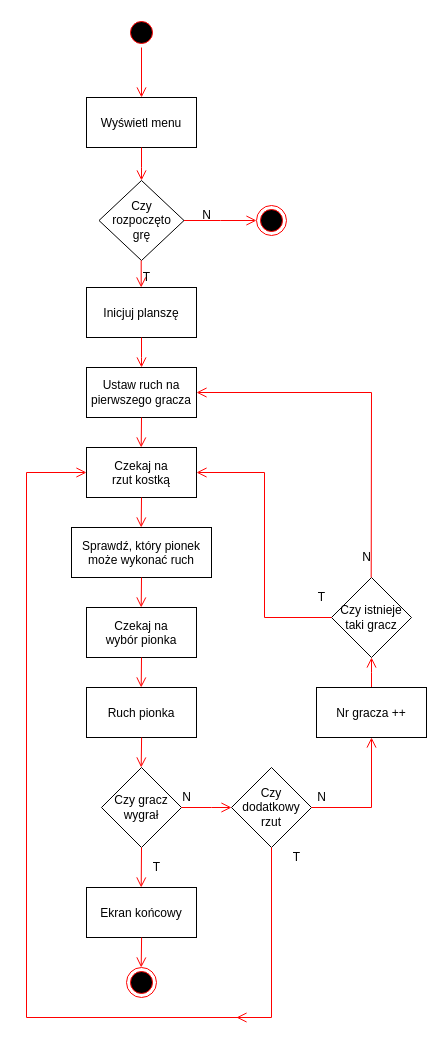
Maja06063/Chinczyk keeps this draw.io diagram as Dokumentacja_wstępna/DiagramAktywnosci.drawio. Above is the earlier version. Source tidied: cells renumbered, new cells numbered last; positions are measured from the earlier drawing's top-left corner, leaving out a move shared by most shapes. Both pictures are drawn from the tidied source at 100%, with x=0, y=0 at pixel (16, 17).
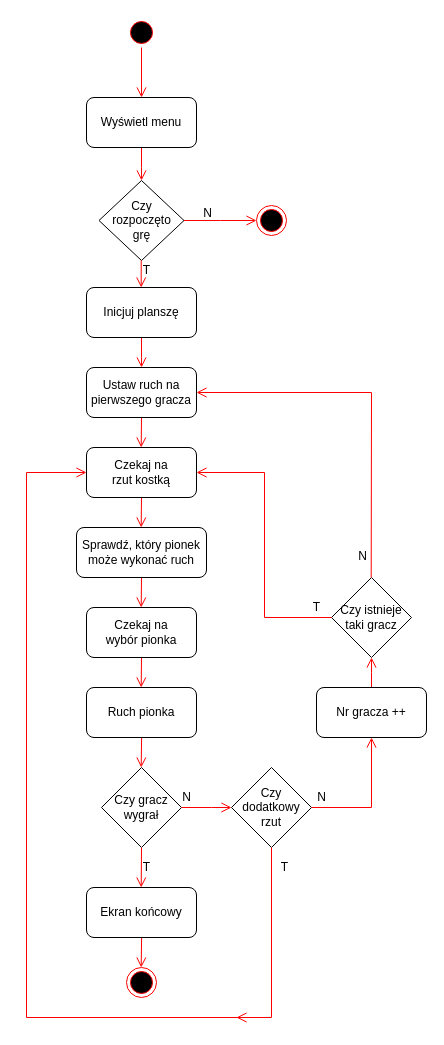
Above is the later version.

Commit message (it also covers changes not shown here):
Diagram aktywności poprawiony

Unchanged cells that the change refers to:
```xml
<mxCell id="2" style="ellipse;shape=startState;fillColor=#000000;strokeColor=#ff0000;" parent="1" vertex="1">
  <mxGeometry x="110" width="30" height="30" as="geometry" />
</mxCell>
<mxCell id="7" value="&lt;div&gt;Czy&lt;/div&gt;&lt;div&gt;rozpoczęto&lt;/div&gt;&lt;div&gt;grę&lt;/div&gt;" style="rhombus;whiteSpace=wrap;html=1;" parent="1" vertex="1">
  <mxGeometry x="82.5" y="163" width="85" height="80" as="geometry" />
</mxCell>
<mxCell id="24" value="&lt;div&gt;Czy gracz&lt;/div&gt;&lt;div&gt;wygrał&lt;br&gt;&lt;/div&gt;" style="rhombus;whiteSpace=wrap;html=1;" parent="1" vertex="1">
  <mxGeometry x="85" y="750" width="80" height="80" as="geometry" />
</mxCell>
<mxCell id="31" value="&lt;div&gt;Czy istnieje&lt;/div&gt;&lt;div&gt;taki gracz&lt;br&gt;&lt;/div&gt;" style="rhombus;whiteSpace=wrap;html=1;" parent="1" vertex="1">
  <mxGeometry x="315" y="560" width="80" height="80" as="geometry" />
</mxCell>
<mxCell id="36" value="&lt;div&gt;Czy dodatkowy&lt;/div&gt;&lt;div&gt;rzut&lt;br&gt;&lt;/div&gt;" style="rhombus;whiteSpace=wrap;html=1;" parent="1" vertex="1">
  <mxGeometry x="215" y="750" width="80" height="80" as="geometry" />
</mxCell>
```

The edit, as a diff of the source:
```diff
@@
-    <mxCell id="3" value="Wyświetl menu" parent="1" vertex="1">
-      <mxGeometry x="70" y="80" width="110" height="50" as="geometry" />
-    </mxCell>
-    <mxCell id="4" style="edgeStyle=elbowEdgeStyle;elbow=horizontal;verticalAlign=bottom;endArrow=open;endSize=8;strokeColor=#FF0000;endFill=1;rounded=0;exitX=0.5;exitY=0;exitDx=0;exitDy=0;entryX=0.5;entryY=1;entryDx=0;entryDy=0;" parent="1" edge="1" source="30" target="31">
-      <mxGeometry x="530.5" y="462" as="geometry" />
+    <mxCell id="4" style="edgeStyle=elbowEdgeStyle;elbow=horizontal;verticalAlign=bottom;endArrow=open;endSize=8;strokeColor=#FF0000;endFill=1;rounded=0;exitX=0.5;exitY=0;exitDx=0;exitDy=0;entryX=0.5;entryY=1;entryDx=0;entryDy=0;" parent="1" edge="1" target="31">
+      <mxGeometry x="530.5" y="462" as="geometry">
+        <mxPoint x="355" y="670" as="sourcePoint" />
+      </mxGeometry>
     </mxCell>
-    <mxCell id="5" style="edgeStyle=elbowEdgeStyle;elbow=horizontal;verticalAlign=bottom;endArrow=open;endSize=8;strokeColor=#FF0000;endFill=1;rounded=0;entryX=0.5;entryY=0;entryDx=0;entryDy=0;" parent="1" edge="1" source="2" target="3">
+    <mxCell id="5" style="edgeStyle=elbowEdgeStyle;elbow=horizontal;verticalAlign=bottom;endArrow=open;endSize=8;strokeColor=#FF0000;endFill=1;rounded=0;entryX=0.5;entryY=0;entryDx=0;entryDy=0;" parent="1" edge="1" source="2">
       <mxGeometry x="205.2" y="-118" as="geometry">
+        <mxPoint x="125" y="80" as="targetPoint" />
         <Array as="points">
           <mxPoint x="125" y="80" />
         </Array>
       </mxGeometry>
     </mxCell>
-    <mxCell id="6" value="Inicjuj planszę" parent="1" vertex="1">
-      <mxGeometry x="70" y="270" width="110" height="50" as="geometry" />
-    </mxCell>
@@
-    <mxCell id="8" style="edgeStyle=elbowEdgeStyle;elbow=horizontal;verticalAlign=bottom;endArrow=open;endSize=8;strokeColor=#FF0000;endFill=1;rounded=0;exitX=0.5;exitY=1;exitDx=0;exitDy=0;entryX=0.5;entryY=0;entryDx=0;entryDy=0;" parent="1" edge="1" source="3" target="7">
+    <mxCell id="8" style="edgeStyle=elbowEdgeStyle;elbow=horizontal;verticalAlign=bottom;endArrow=open;endSize=8;strokeColor=#FF0000;endFill=1;rounded=0;exitX=0.5;exitY=1;exitDx=0;exitDy=0;entryX=0.5;entryY=0;entryDx=0;entryDy=0;" parent="1" edge="1" target="7">
       <mxGeometry x="300.2" y="2" as="geometry">
+        <mxPoint x="125" y="130" as="sourcePoint" />
         <Array as="points">
           <mxPoint x="125" y="150" />
         </Array>
       </mxGeometry>
     </mxCell>
-    <mxCell id="9" style="edgeStyle=elbowEdgeStyle;elbow=horizontal;verticalAlign=bottom;endArrow=open;endSize=8;strokeColor=#FF0000;endFill=1;rounded=0;exitX=0.5;exitY=1;exitDx=0;exitDy=0;entryX=0.5;entryY=0;entryDx=0;entryDy=0;" parent="1" edge="1" target="6">
+    <mxCell id="9" style="edgeStyle=elbowEdgeStyle;elbow=horizontal;verticalAlign=bottom;endArrow=open;endSize=8;strokeColor=#FF0000;endFill=1;rounded=0;exitX=0.5;exitY=1;exitDx=0;exitDy=0;entryX=0.5;entryY=0;entryDx=0;entryDy=0;" parent="1" edge="1">
       <mxGeometry x="299.8" y="115" as="geometry">
         <mxPoint x="124.7" y="243" as="sourcePoint" />
+        <mxPoint x="125" y="270" as="targetPoint" />
         <Array as="points">
           <mxPoint x="124.7" y="263" />
         </Array>
       </mxGeometry>
     </mxCell>
     <mxCell id="10" value="T" style="text;html=1;align=center;verticalAlign=middle;strokeColor=none;" parent="1" vertex="1">
-      <mxGeometry x="120" y="250" width="20" height="20" as="geometry" />
+      <mxGeometry x="120" y="243" width="20" height="20" as="geometry" />
     </mxCell>
     <mxCell id="11" value="N" style="text;html=1;align=center;verticalAlign=middle;strokeColor=none;" parent="1" vertex="1">
-      <mxGeometry x="180" y="188" width="20" height="20" as="geometry" />
+      <mxGeometry x="181" y="186" width="20" height="20" as="geometry" />
     </mxCell>
@@
-    <mxCell id="14" value="Czekaj na&#10;rzut kostką" parent="1" vertex="1">
-      <mxGeometry x="70" y="430" width="110" height="50" as="geometry" />
-    </mxCell>
-    <mxCell id="15" value="Sprawdź, który pionek&#10;może wykonać ruch" parent="1" vertex="1">
-      <mxGeometry x="55" y="510" width="140" height="50" as="geometry" />
-    </mxCell>
-    <mxCell id="16" style="edgeStyle=elbowEdgeStyle;elbow=horizontal;verticalAlign=bottom;endArrow=open;endSize=8;strokeColor=#FF0000;endFill=1;rounded=0;exitX=0.5;exitY=1;exitDx=0;exitDy=0;entryX=0.5;entryY=0;entryDx=0;entryDy=0;" parent="1" edge="1" source="14" target="15">
+    <mxCell id="16" style="edgeStyle=elbowEdgeStyle;elbow=horizontal;verticalAlign=bottom;endArrow=open;endSize=8;strokeColor=#FF0000;endFill=1;rounded=0;exitX=0.5;exitY=1;exitDx=0;exitDy=0;entryX=0.5;entryY=0;entryDx=0;entryDy=0;" parent="1" edge="1">
       <mxGeometry x="299.8" y="382" as="geometry">
+        <mxPoint x="125" y="480" as="sourcePoint" />
+        <mxPoint x="125" y="510" as="targetPoint" />
         <Array as="points">
           <mxPoint x="124.7" y="530" />
         </Array>
       </mxGeometry>
     </mxCell>
-    <mxCell id="17" value="Czekaj na&#10;wybór pionka" parent="1" vertex="1">
-      <mxGeometry x="70" y="590" width="110" height="50" as="geometry" />
-    </mxCell>
-    <mxCell id="18" style="edgeStyle=elbowEdgeStyle;elbow=horizontal;verticalAlign=bottom;endArrow=open;endSize=8;strokeColor=#FF0000;endFill=1;rounded=0;exitX=0.5;exitY=1;exitDx=0;exitDy=0;entryX=0.5;entryY=0;entryDx=0;entryDy=0;" parent="1" edge="1" source="15" target="17">
+    <mxCell id="18" style="edgeStyle=elbowEdgeStyle;elbow=horizontal;verticalAlign=bottom;endArrow=open;endSize=8;strokeColor=#FF0000;endFill=1;rounded=0;exitX=0.5;exitY=1;exitDx=0;exitDy=0;entryX=0.5;entryY=0;entryDx=0;entryDy=0;" parent="1" edge="1">
       <mxGeometry x="299.8" y="472" as="geometry">
+        <mxPoint x="125" y="560" as="sourcePoint" />
+        <mxPoint x="125" y="590" as="targetPoint" />
         <Array as="points">
           <mxPoint x="124.7" y="620" />
         </Array>
       </mxGeometry>
     </mxCell>
-    <mxCell id="19" value="&lt;div&gt;Ustaw ruch na &lt;br&gt;&lt;/div&gt;&lt;div&gt;pierwszego gracza&lt;br&gt;&lt;/div&gt;" style="rounded=0;whiteSpace=wrap;html=1;" parent="1" vertex="1">
-      <mxGeometry x="70" y="350" width="110" height="50" as="geometry" />
-    </mxCell>
-    <mxCell id="20" style="edgeStyle=elbowEdgeStyle;elbow=horizontal;verticalAlign=bottom;endArrow=open;endSize=8;strokeColor=#FF0000;endFill=1;rounded=0;exitX=0.5;exitY=1;exitDx=0;exitDy=0;entryX=0.5;entryY=0;entryDx=0;entryDy=0;" parent="1" edge="1" source="6" target="19">
+    <mxCell id="20" style="edgeStyle=elbowEdgeStyle;elbow=horizontal;verticalAlign=bottom;endArrow=open;endSize=8;strokeColor=#FF0000;endFill=1;rounded=0;exitX=0.5;exitY=1;exitDx=0;exitDy=0;entryX=0.5;entryY=0;entryDx=0;entryDy=0;" parent="1" edge="1">
       <mxGeometry x="415.2" y="312" as="geometry">
+        <mxPoint x="125" y="320" as="sourcePoint" />
+        <mxPoint x="125" y="350" as="targetPoint" />
         <Array as="points">
           <mxPoint x="125" y="340" />
         </Array>
       </mxGeometry>
     </mxCell>
@@
-    <mxCell id="22" value="Ruch pionka" parent="1" vertex="1">
-      <mxGeometry x="70" y="670" width="110" height="50" as="geometry" />
-    </mxCell>
@@
     <mxCell id="25" value="T" style="text;html=1;align=center;verticalAlign=middle;strokeColor=none;" parent="1" vertex="1">
-      <mxGeometry x="130" y="840" width="20" height="20" as="geometry" />
+      <mxGeometry x="120" y="840" width="20" height="20" as="geometry" />
     </mxCell>
@@
-    <mxCell id="27" value="Ekran końcowy" parent="1" vertex="1">
-      <mxGeometry x="70" y="870" width="110" height="50" as="geometry" />
-    </mxCell>
@@
-    <mxCell id="29" style="edgeStyle=elbowEdgeStyle;elbow=horizontal;verticalAlign=bottom;endArrow=open;endSize=8;strokeColor=#FF0000;endFill=1;rounded=0;exitX=0.5;exitY=1;exitDx=0;exitDy=0;entryX=0.5;entryY=0;entryDx=0;entryDy=0;" parent="1" edge="1" source="24" target="27">
+    <mxCell id="29" style="edgeStyle=elbowEdgeStyle;elbow=horizontal;verticalAlign=bottom;endArrow=open;endSize=8;strokeColor=#FF0000;endFill=1;rounded=0;exitX=0.5;exitY=1;exitDx=0;exitDy=0;entryX=0.5;entryY=0;entryDx=0;entryDy=0;" parent="1" edge="1" source="24">
       <mxGeometry x="299.8" y="752" as="geometry">
+        <mxPoint x="125" y="870" as="targetPoint" />
         <Array as="points">
           <mxPoint x="124.7" y="900" />
         </Array>
       </mxGeometry>
     </mxCell>
-    <mxCell id="30" value="Nr gracza ++" parent="1" vertex="1">
-      <mxGeometry x="300" y="670" width="110" height="50" as="geometry" />
-    </mxCell>
@@
     <mxCell id="32" value="T" style="text;html=1;align=center;verticalAlign=middle;strokeColor=none;" parent="1" vertex="1">
-      <mxGeometry x="295" y="570" width="20" height="20" as="geometry" />
+      <mxGeometry x="290" y="580" width="20" height="20" as="geometry" />
     </mxCell>
     <mxCell id="33" value="N" style="text;html=1;align=center;verticalAlign=middle;strokeColor=none;" parent="1" vertex="1">
-      <mxGeometry x="340" y="530" width="20" height="20" as="geometry" />
+      <mxGeometry x="336" y="529" width="20" height="20" as="geometry" />
     </mxCell>
-    <mxCell id="34" style="edgeStyle=elbowEdgeStyle;elbow=horizontal;verticalAlign=bottom;endArrow=open;endSize=8;strokeColor=#FF0000;endFill=1;rounded=0;exitX=0.5;exitY=0;exitDx=0;exitDy=0;entryX=1;entryY=0.5;entryDx=0;entryDy=0;" parent="1" edge="1" target="19">
+    <mxCell id="34" style="edgeStyle=elbowEdgeStyle;elbow=horizontal;verticalAlign=bottom;endArrow=open;endSize=8;strokeColor=#FF0000;endFill=1;rounded=0;exitX=0.5;exitY=0;exitDx=0;exitDy=0;entryX=1;entryY=0.5;entryDx=0;entryDy=0;" parent="1" edge="1">
       <mxGeometry x="530.2" y="352" as="geometry">
         <mxPoint x="354.7" y="560" as="sourcePoint" />
+        <mxPoint x="180" y="375" as="targetPoint" />
         <Array as="points">
           <mxPoint x="355" y="460" />
         </Array>
       </mxGeometry>
     </mxCell>
-    <mxCell id="35" style="edgeStyle=elbowEdgeStyle;elbow=horizontal;verticalAlign=bottom;endArrow=open;endSize=8;strokeColor=#FF0000;endFill=1;rounded=0;exitX=0;exitY=0.5;exitDx=0;exitDy=0;entryX=1;entryY=0.5;entryDx=0;entryDy=0;" parent="1" edge="1" source="31" target="14">
-      <mxGeometry x="430.3" y="387" as="geometry" />
+    <mxCell id="35" style="edgeStyle=elbowEdgeStyle;elbow=horizontal;verticalAlign=bottom;endArrow=open;endSize=8;strokeColor=#FF0000;endFill=1;rounded=0;exitX=0;exitY=0.5;exitDx=0;exitDy=0;entryX=1;entryY=0.5;entryDx=0;entryDy=0;" parent="1" edge="1" source="31">
+      <mxGeometry x="430.3" y="387" as="geometry">
+        <mxPoint x="180" y="455" as="targetPoint" />
+      </mxGeometry>
     </mxCell>
@@
     <mxCell id="38" value="T" style="text;html=1;align=center;verticalAlign=middle;strokeColor=none;" parent="1" vertex="1">
-      <mxGeometry x="270" y="830" width="20" height="20" as="geometry" />
+      <mxGeometry x="258" y="840" width="20" height="20" as="geometry" />
     </mxCell>
@@
-    <mxCell id="40" style="edgeStyle=elbowEdgeStyle;elbow=horizontal;verticalAlign=bottom;endArrow=open;endSize=8;strokeColor=#FF0000;endFill=1;rounded=0;entryX=0;entryY=0.5;entryDx=0;entryDy=0;" parent="1" edge="1" target="14">
+    <mxCell id="40" style="edgeStyle=elbowEdgeStyle;elbow=horizontal;verticalAlign=bottom;endArrow=open;endSize=8;strokeColor=#FF0000;endFill=1;rounded=0;entryX=0;entryY=0.5;entryDx=0;entryDy=0;" parent="1" edge="1">
       <mxGeometry x="155.2" y="687" as="geometry">
         <mxPoint x="230" y="1000" as="sourcePoint" />
+        <mxPoint x="70" y="455" as="targetPoint" />
         <Array as="points">
           <mxPoint x="10" y="1040" />
           <mxPoint x="10" y="1000" />
           <mxPoint y="620" />
         </Array>
       </mxGeometry>
     </mxCell>
@@
-    <mxCell id="44" style="edgeStyle=elbowEdgeStyle;elbow=horizontal;verticalAlign=bottom;endArrow=open;endSize=8;strokeColor=#FF0000;endFill=1;rounded=0;exitX=1;exitY=0.5;exitDx=0;exitDy=0;entryX=0.5;entryY=1;entryDx=0;entryDy=0;" parent="1" edge="1" source="36" target="30">
+    <mxCell id="44" style="edgeStyle=elbowEdgeStyle;elbow=horizontal;verticalAlign=bottom;endArrow=open;endSize=8;strokeColor=#FF0000;endFill=1;rounded=0;exitX=1;exitY=0.5;exitDx=0;exitDy=0;entryX=0.5;entryY=1;entryDx=0;entryDy=0;" parent="1" edge="1" source="36">
       <mxGeometry x="555.2" y="712" as="geometry">
+        <mxPoint x="355" y="720" as="targetPoint" />
         <Array as="points">
           <mxPoint x="355" y="760" />
           <mxPoint x="380" y="860" />
         </Array>
       </mxGeometry>
     </mxCell>
+    <mxCell id="3" value="Wyświetl menu" style="rounded=1;whiteSpace=wrap;html=1;" parent="1" vertex="1">
+      <mxGeometry x="70" y="80" width="110" height="50" as="geometry" />
+    </mxCell>
+    <mxCell id="6" value="Inicjuj planszę" style="rounded=1;whiteSpace=wrap;html=1;" parent="1" vertex="1">
+      <mxGeometry x="70" y="270" width="110" height="50" as="geometry" />
+    </mxCell>
+    <mxCell id="19" value="&lt;div&gt;Ustaw ruch na &lt;br&gt;&lt;/div&gt;&lt;div&gt;pierwszego gracza&lt;br&gt;&lt;/div&gt;" style="rounded=1;whiteSpace=wrap;html=1;" parent="1" vertex="1">
+      <mxGeometry x="70" y="350" width="110" height="50" as="geometry" />
+    </mxCell>
+    <mxCell id="14" value="Czekaj na&lt;br&gt;rzut kostką" style="rounded=1;whiteSpace=wrap;html=1;" parent="1" vertex="1">
+      <mxGeometry x="70" y="430" width="110" height="50" as="geometry" />
+    </mxCell>
+    <mxCell id="15" value="Sprawdź, który pionek&lt;br&gt;może wykonać ruch" style="rounded=1;whiteSpace=wrap;html=1;" parent="1" vertex="1">
+      <mxGeometry x="60" y="510" width="130" height="50" as="geometry" />
+    </mxCell>
+    <mxCell id="17" value="Czekaj na&lt;br&gt;wybór pionka" style="rounded=1;whiteSpace=wrap;html=1;" parent="1" vertex="1">
+      <mxGeometry x="70" y="590" width="110" height="50" as="geometry" />
+    </mxCell>
+    <mxCell id="22" value="Ruch pionka" style="rounded=1;whiteSpace=wrap;html=1;" parent="1" vertex="1">
+      <mxGeometry x="70" y="670" width="110" height="50" as="geometry" />
+    </mxCell>
+    <mxCell id="30" value="Nr gracza ++" style="rounded=1;whiteSpace=wrap;html=1;" parent="1" vertex="1">
+      <mxGeometry x="300" y="670" width="110" height="50" as="geometry" />
+    </mxCell>
+    <mxCell id="27" value="Ekran końcowy" style="rounded=1;whiteSpace=wrap;html=1;" parent="1" vertex="1">
+      <mxGeometry x="70" y="870" width="110" height="50" as="geometry" />
+    </mxCell>
```
